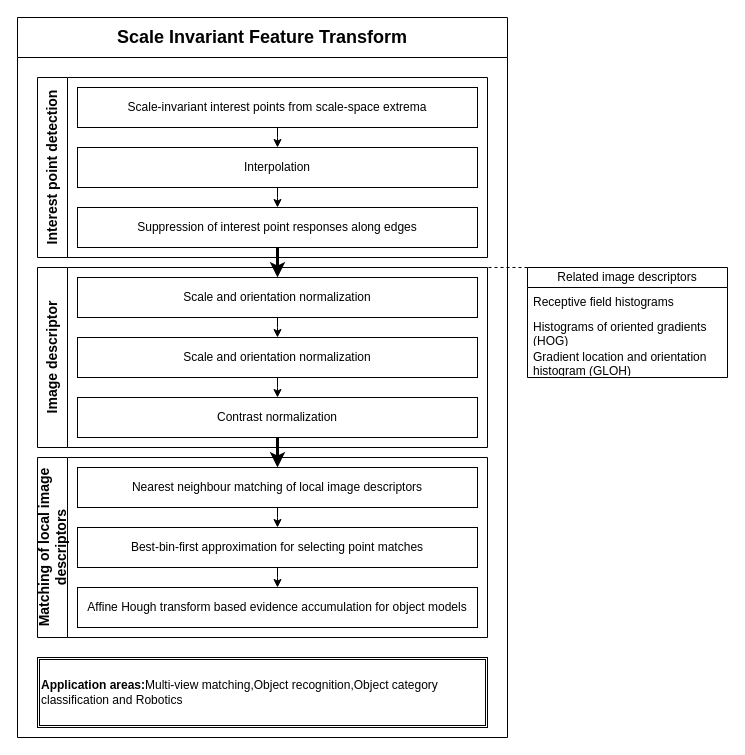
Before: sift.drawio in stidyhard/draw, a draw.io diagram. Source tidied: cells renumbered, new cells numbered last; positions are measured from the earlier drawing's top-left corner, leaving out a move shared by most shapes. Both pictures are drawn from the tidied source at 100%, with x=0, y=0 at pixel (17, 17).
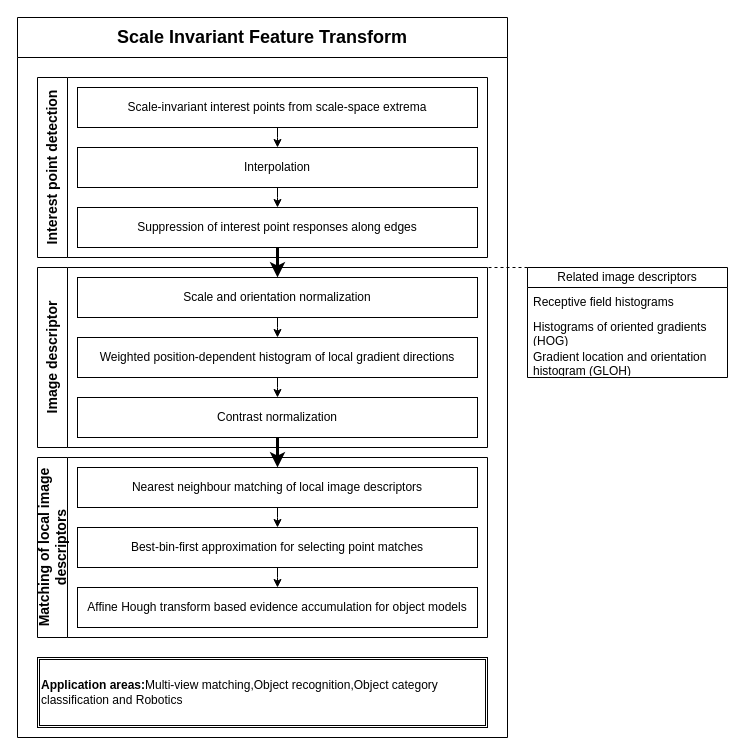
The same page after the edit.

Unchanged cells that the change refers to:
```xml
<mxCell id="14" value="&lt;b style=&quot;font-size: 14px;&quot;&gt;Image descriptor&lt;/b&gt;" style="swimlane;horizontal=0;whiteSpace=wrap;html=1;startSize=30;" parent="2" vertex="1">
  <mxGeometry x="20" y="250" width="450" height="180" as="geometry" />
</mxCell>
```

Diff of the diagram source:
```diff
@@
-    <mxCell id="16" value="Scale and orientation normalization" style="rounded=0;whiteSpace=wrap;html=1;" parent="14" vertex="1">
+    <mxCell id="16" value="Weighted position-dependent histogram of local gradient directions" style="rounded=0;whiteSpace=wrap;html=1;" parent="14" vertex="1">
       <mxGeometry x="40" y="70" width="400" height="40" as="geometry" />
     </mxCell>
```
